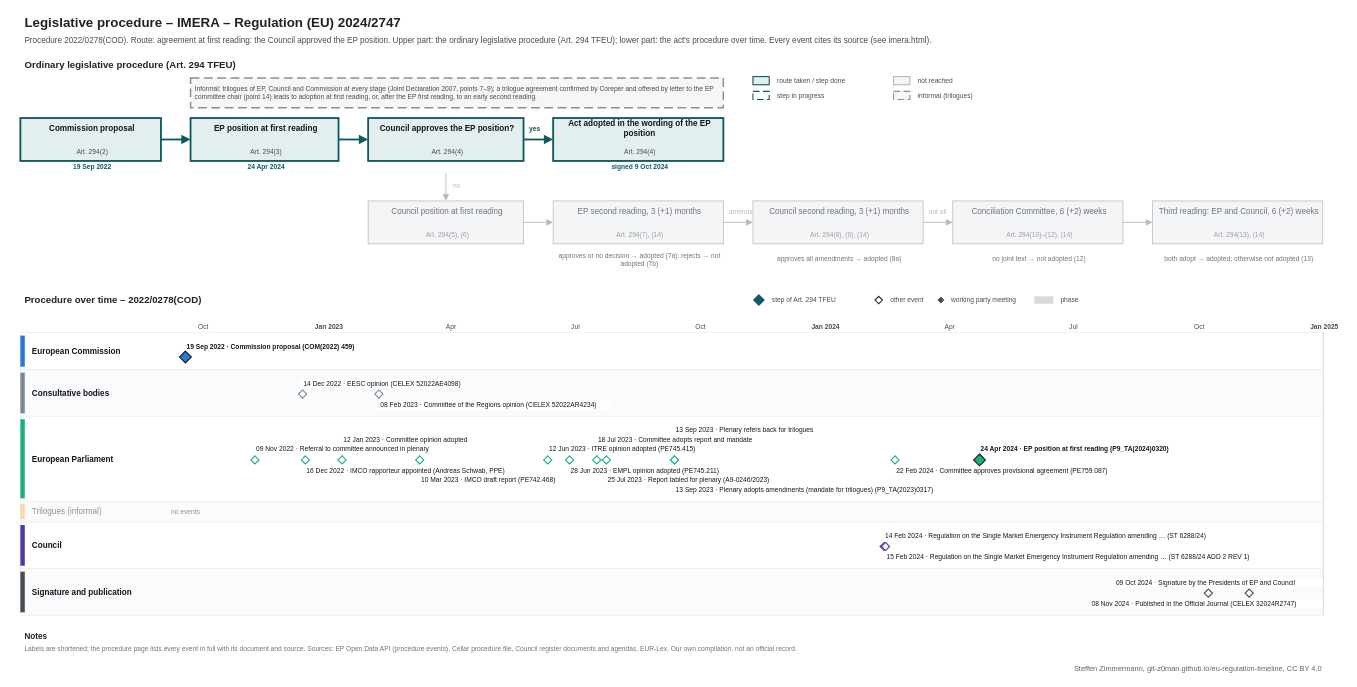
The draw.io diagram procedures/imera.drawio in git-z0man/eu-regulation-timeline, before the edit. Source tidied: cells renumbered, new cells numbered last; positions are measured from the earlier drawing's top-left corner, leaving out a move shared by most shapes. Both pictures are drawn from the tidied source at 74%, with x=0, y=0 at pixel (13, 13).
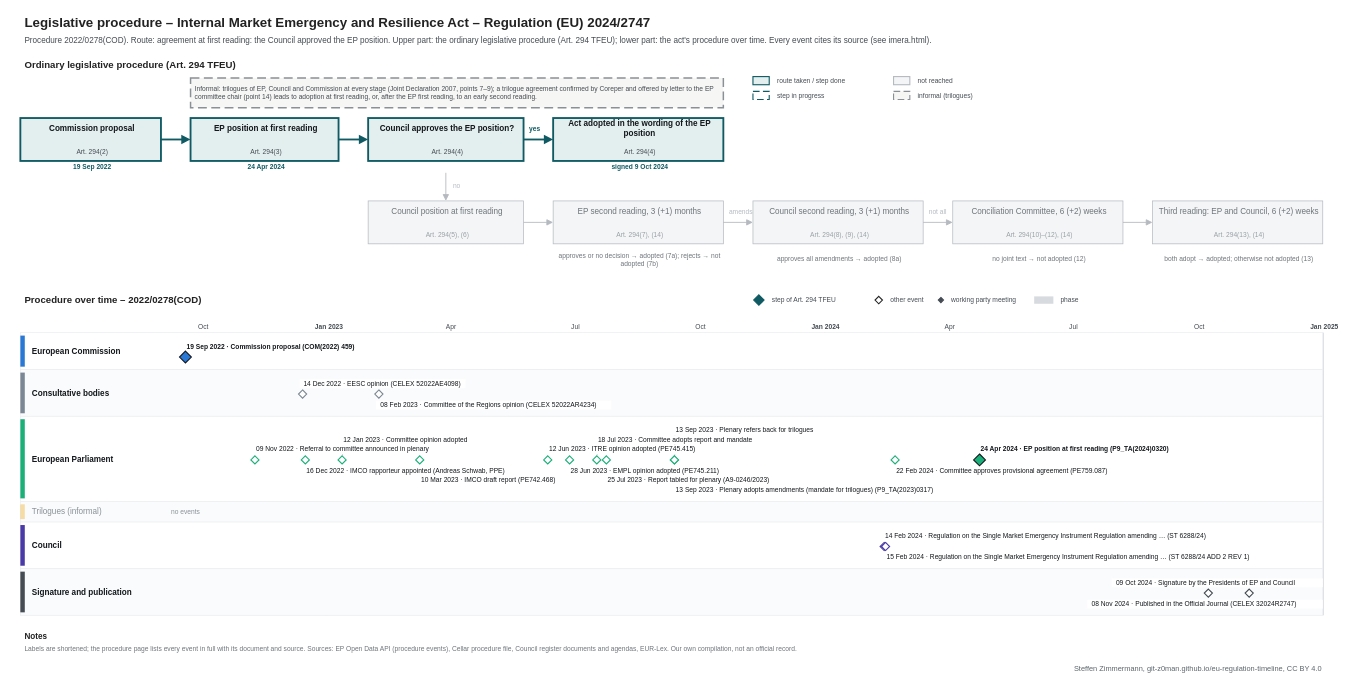
Above is the later version.

Change to the diagram source:
```diff
@@
-    <mxCell id="2" value="Legislative procedure – IMERA – Regulation (EU) 2024/2747" style="text;html=1;fontSize=18;fontColor=#222222;align=left;verticalAlign=middle;spacingLeft=4;fontStyle=1;" parent="1" vertex="1">
+    <mxCell id="2" value="Legislative procedure – Internal Market Emergency and Resilience Act – Regulation (EU) 2024/2747" style="text;html=1;fontSize=18;fontColor=#222222;align=left;verticalAlign=middle;spacingLeft=4;fontStyle=1;" parent="1" vertex="1">
       <mxGeometry x="10" width="1600" height="28" as="geometry" />
     </mxCell>
```
